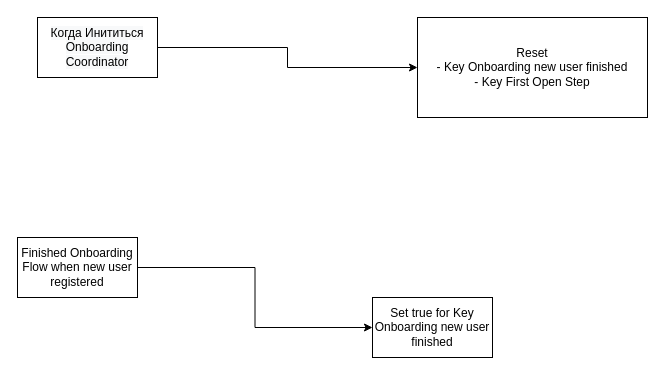
This is Порядок завершения Onboarding.drawio from IvanovDeveloper/IDHelper, a draw.io file, before an edit. Source tidied: cells renumbered, new cells numbered last; positions are measured from the earlier drawing's top-left corner, leaving out a move shared by most shapes. Both pictures are drawn from the tidied source at 100%, with x=0, y=0 at pixel (17, 17).
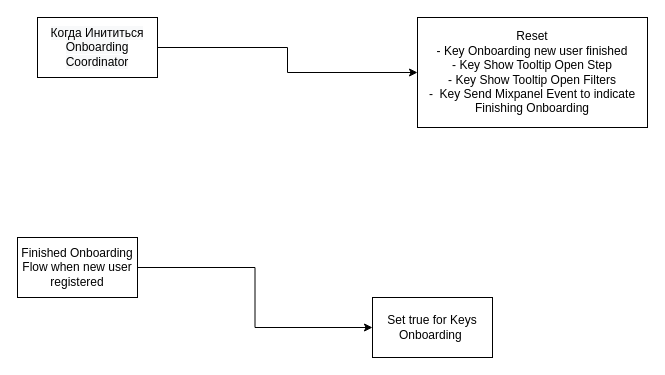
Above is the later version.

The edit, as a diff of the source:
```diff
@@
 <mxGraphModel>
   <root>
     <mxCell id="0" />
     <mxCell id="1" parent="0" />
-    <mxCell id="2" value="Reset &lt;br&gt;- Key Onboarding new user finished&lt;br&gt;- Key First Open Step" style="rounded=0;whiteSpace=wrap;html=1;" parent="1" vertex="1">
-      <mxGeometry x="400" width="230" height="100" as="geometry" />
+    <mxCell id="2" value="Reset &lt;br&gt;- Key Onboarding new user finished&lt;br&gt;- Key Show Tooltip Open Step&lt;br&gt;- Key Show Tooltip Open Filters&lt;br&gt;-&amp;nbsp; Key Send Mixpanel Event to indicate Finishing Onboarding" style="rounded=0;whiteSpace=wrap;html=1;" parent="1" vertex="1">
+      <mxGeometry x="400" width="230" height="110" as="geometry" />
     </mxCell>
     <mxCell id="3" style="edgeStyle=orthogonalEdgeStyle;rounded=0;jettySize=auto;html=1;entryX=0;entryY=0.5;entryDx=0;entryDy=0;" parent="1" edge="1" source="4" target="2">
       <mxGeometry relative="1" as="geometry" />
     </mxCell>
     <mxCell id="4" value="&lt;span style=&quot;color: rgb(0, 0, 0); font-family: Helvetica; font-size: 12px; font-style: normal; font-variant-ligatures: normal; font-variant-caps: normal; font-weight: 400; letter-spacing: normal; orphans: 2; text-align: center; text-indent: 0px; text-transform: none; widows: 2; word-spacing: 0px; -webkit-text-stroke-width: 0px; background-color: rgb(248, 249, 250); text-decoration-thickness: initial; text-decoration-style: initial; text-decoration-color: initial; float: none; display: inline !important;&quot;&gt;Когда Инититься Onboarding Coordinator&lt;/span&gt;" style="rounded=0;whiteSpace=wrap;html=1;" parent="1" vertex="1">
       <mxGeometry x="20" width="120" height="60" as="geometry" />
     </mxCell>
-    <mxCell id="5" value="Set true for Key&lt;br&gt;Onboarding new user finished" style="rounded=0;whiteSpace=wrap;html=1;" parent="1" vertex="1">
+    <mxCell id="5" value="Set true for Keys&lt;br&gt;Onboarding&amp;nbsp;" style="rounded=0;whiteSpace=wrap;html=1;" parent="1" vertex="1">
       <mxGeometry x="355" y="280" width="120" height="60" as="geometry" />
     </mxCell>
     <mxCell id="6" style="edgeStyle=orthogonalEdgeStyle;rounded=0;jettySize=auto;html=1;" parent="1" edge="1" source="7" target="5">
       <mxGeometry relative="1" as="geometry" />
     </mxCell>
     <mxCell id="7" value="Finished Onboarding Flow when new user registered" style="rounded=0;whiteSpace=wrap;html=1;" parent="1" vertex="1">
       <mxGeometry y="220" width="120" height="60" as="geometry" />
     </mxCell>
   </root>
 </mxGraphModel>
```
